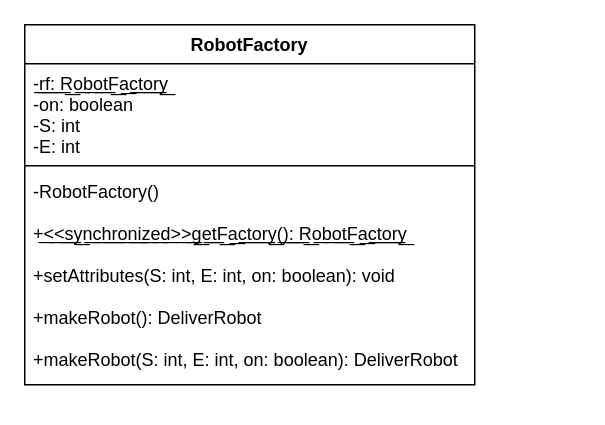
Earlier version of the draw.io diagram Project/OOPSingleton (1).drawio (er02990/OOD). Source tidied: cells renumbered, new cells numbered last; positions are measured from the earlier drawing's top-left corner, leaving out a move shared by most shapes. Both pictures are drawn from the tidied source at 150%, with x=0, y=0 at pixel (24, 24).
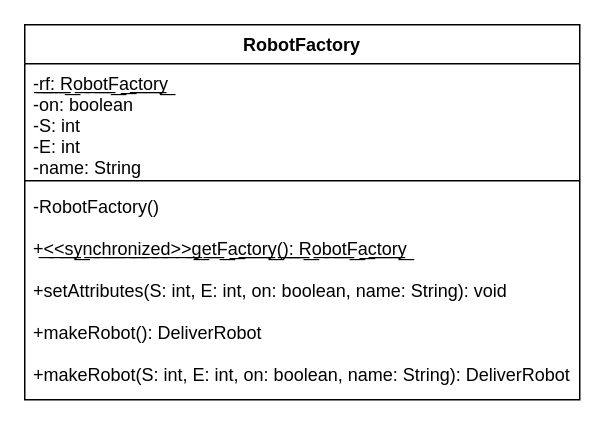
After the change.

The edit, as a diff of the source:
```diff
@@
 <mxGraphModel>
   <root>
     <mxCell id="0" />
     <mxCell id="1" parent="0" />
     <mxCell id="2" value="RobotFactory" style="swimlane;fontStyle=1;align=center;verticalAlign=top;horizontal=1;startSize=26;" parent="1" vertex="1">
-      <mxGeometry width="300" height="240" as="geometry" />
+      <mxGeometry width="370" height="250" as="geometry" />
     </mxCell>
-    <mxCell id="3" value="-͟r͟f͟:͟ ͟R͟o͟b͟o͟t͟F͟a͟c͟t͟o͟r͟y͟&#10;-on: boolean&#10;-S: int&#10;-E: int" style="text;strokeColor=none;fillColor=none;align=left;verticalAlign=top;spacingLeft=4;spacingRight=4;overflow=hidden;" parent="2" vertex="1">
-      <mxGeometry y="26" width="300" height="64" as="geometry" />
+    <mxCell id="3" value="-͟r͟f͟:͟ ͟R͟o͟b͟o͟t͟F͟a͟c͟t͟o͟r͟y͟&#10;-on: boolean&#10;-S: int&#10;-E: int&#10;-name: String" style="text;strokeColor=none;fillColor=none;align=left;verticalAlign=top;spacingLeft=4;spacingRight=4;overflow=hidden;" parent="2" vertex="1">
+      <mxGeometry y="26" width="370" height="74" as="geometry" />
     </mxCell>
     <mxCell id="4" style="line;strokeWidth=1;fillColor=none;align=left;verticalAlign=middle;spacingTop=-1;spacingLeft=3;spacingRight=3;labelPosition=right;" parent="2" vertex="1">
-      <mxGeometry y="90" width="300" height="8" as="geometry" />
+      <mxGeometry y="100" width="370" height="8" as="geometry" />
     </mxCell>
-    <mxCell id="5" value="-RobotFactory()&#10;&#10;+͟&lt;͟&lt;͟s͟y͟n͟c͟h͟r͟o͟n͟i͟z͟e͟d͟&gt;͟&gt;͟g͟e͟t͟F͟a͟c͟t͟o͟r͟y͟(͟)͟:͟ ͟R͟o͟b͟o͟t͟F͟a͟c͟t͟o͟r͟y͟&#10;&#10;+setAttributes(S: int, E: int, on: boolean): void&#10;&#10;+makeRobot(): DeliverRobot&#10;&#10;+makeRobot(S: int, E: int, on: boolean): DeliverRobot" style="text;strokeColor=none;fillColor=none;align=left;verticalAlign=top;spacingLeft=4;spacingRight=4;overflow=hidden;" parent="2" vertex="1">
-      <mxGeometry y="98" width="300" height="142" as="geometry" />
+    <mxCell id="5" value="-RobotFactory()&#10;&#10;+͟&lt;͟&lt;͟s͟y͟n͟c͟h͟r͟o͟n͟i͟z͟e͟d͟&gt;͟&gt;͟g͟e͟t͟F͟a͟c͟t͟o͟r͟y͟(͟)͟:͟ ͟R͟o͟b͟o͟t͟F͟a͟c͟t͟o͟r͟y͟&#10;&#10;+setAttributes(S: int, E: int, on: boolean, name: String): void&#10;&#10;+makeRobot(): DeliverRobot&#10;&#10;+makeRobot(S: int, E: int, on: boolean, name: String): DeliverRobot" style="text;strokeColor=none;fillColor=none;align=left;verticalAlign=top;spacingLeft=4;spacingRight=4;overflow=hidden;" parent="2" vertex="1">
+      <mxGeometry y="108" width="370" height="142" as="geometry" />
     </mxCell>
   </root>
 </mxGraphModel>
```
